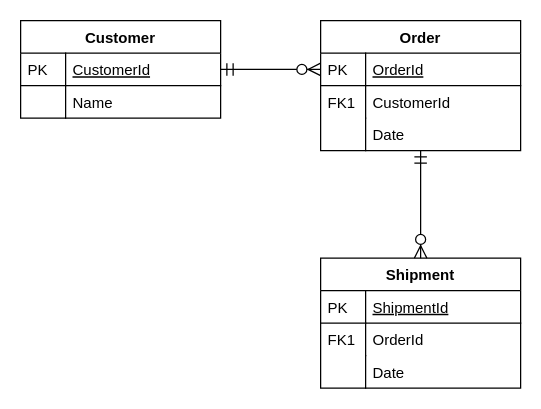
Before: 网吧管理系统.drawio in Love-H/book, a draw.io diagram. Source tidied: cells renumbered, new cells numbered last; positions are measured from the earlier drawing's top-left corner, leaving out a move shared by most shapes. Both pictures are drawn from the tidied source at 125%, with x=0, y=0 at pixel (20, 20).
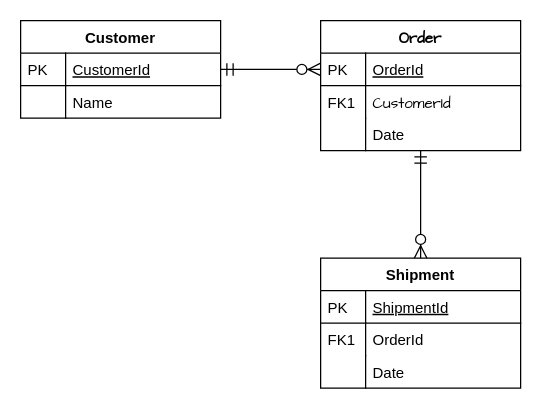
The same page after the edit.

Commit message:
更新网吧管理系统.drawio

What changed in the source:
```diff
@@
-    <mxCell id="7" value="Order" style="swimlane;fontStyle=1;horizontal=1;startSize=26;rounded=0;shadow=0;strokeWidth=1;" parent="1" vertex="1">
+    <mxCell id="7" value="Order" style="swimlane;fontStyle=1;horizontal=1;startSize=26;rounded=0;shadow=0;strokeWidth=1;fontFamily=Comic Sans MS;" parent="1" vertex="1">
       <mxGeometry x="240" width="160" height="104" as="geometry" />
     </mxCell>
@@
-    <mxCell id="10" value="CustomerId" style="shape=partialRectangle;top=0;left=0;right=0;bottom=0;align=left;verticalAlign=top;fillColor=none;spacingLeft=40;spacingRight=4;overflow=hidden;rounded=0;shadow=0;strokeWidth=1;" parent="7" vertex="1">
+    <mxCell id="10" value="CustomerId" style="shape=partialRectangle;top=0;left=0;right=0;bottom=0;align=left;verticalAlign=top;fillColor=none;spacingLeft=40;spacingRight=4;overflow=hidden;rounded=0;shadow=0;strokeWidth=1;fontFamily=Comic Sans MS;" parent="7" vertex="1">
       <mxGeometry y="52" width="160" height="26" as="geometry" />
     </mxCell>
```
